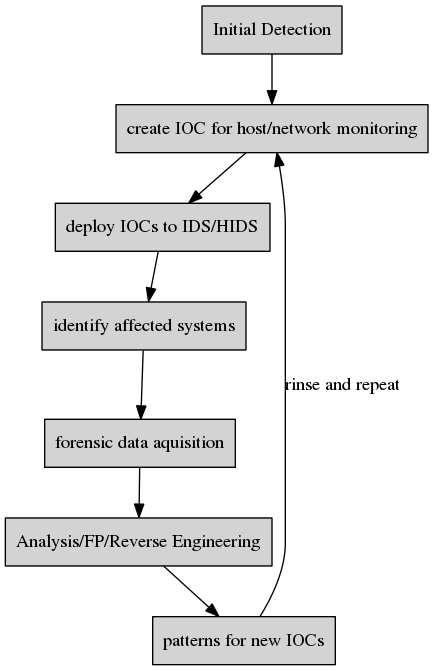
fygrave/iocmap keeps this Graphviz diagram as presentations/compromise_indicators/images/ioc.png. Above is the earlier version. Its source is kept beside it as presentations/compromise_indicators/ioc.dot. The source it was exported from:
```dot
digraph ioc {
        scmap = true;
        nodesep = 0.09;
        node [style=filled;
              shape=record;
              ];

        initial->ioccreate;
        ioccreate->iocdeploy;
        iocdeploy->identifycompromise;
        identifycompromise->forensicscollection;
        forensicscollection->analyze;
        analyze->newioc;
    newioc->ioccreate [ label="rinse and repeat"];

        initial [ label="Initial Detection"];
        ioccreate [ label="create IOC for host/network monitoring"];
        iocdeploy [label="deploy IOCs to IDS/HIDS"];
        identifycompromise [label="identify affected systems"];
        forensicscollection [ label="forensic data aquisition"];
        analyze [ label="Analysis/FP/Reverse Engineering"];
        newioc [label="patterns for new IOCs"];

        }


```
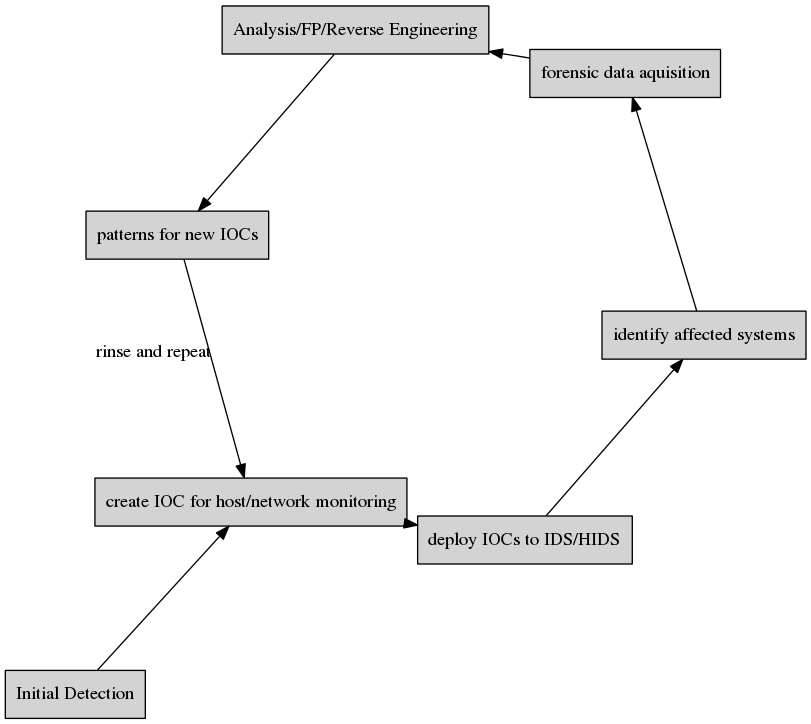
After the commit.

What changed in the source:
```diff
@@ -1,6 +1,9 @@
 digraph ioc {
         scmap = true;
-        nodesep = 0.09;
+rankdir=BT;
+
+overlap=false;
+
         node [style=filled;
               shape=record;
               ];
```
